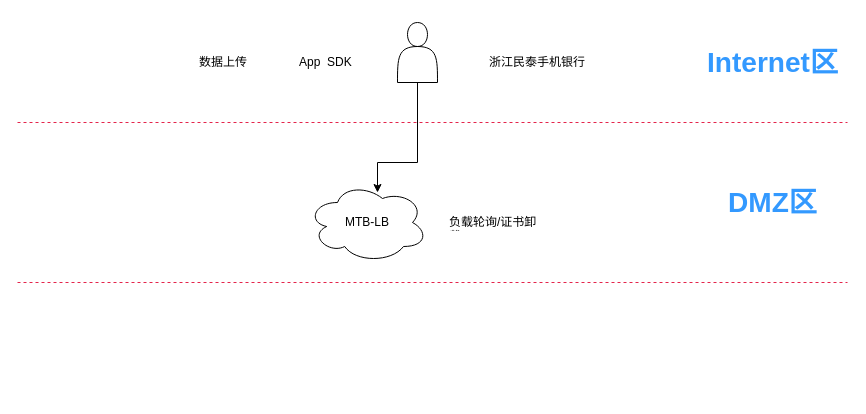
Before: 浙江民泰商业银行生产环境架构.drawio in zeng0550/free-programming-books, a draw.io diagram. Source tidied: cells renumbered, new cells numbered last; positions are measured from the earlier drawing's top-left corner, leaving out a move shared by most shapes. Both pictures are drawn from the tidied source at 100%, with x=0, y=0 at pixel (17, 22).
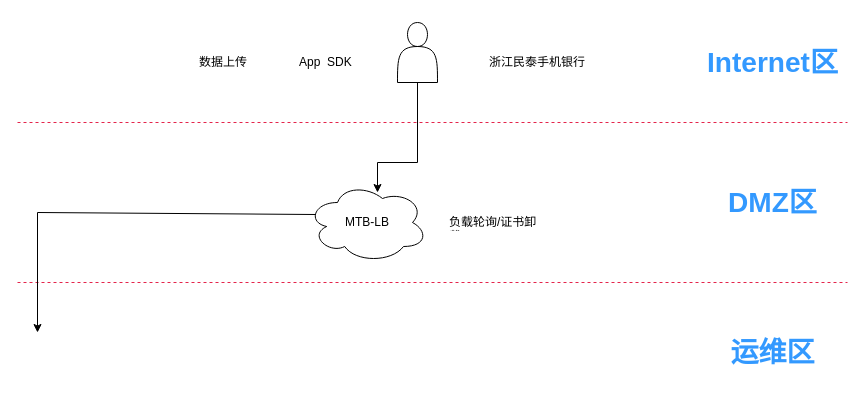
The same page after the edit.

Commit message:
更新浙江民泰商业银行生产环境架构.drawio

Unchanged cells that the change refers to:
```xml
<mxCell id="11" value="MTB-LB" style="ellipse;shape=cloud;whiteSpace=wrap;html=1;" parent="1" vertex="1">
  <mxGeometry x="290" y="160" width="120" height="80" as="geometry" />
</mxCell>
```

What changed in the source:
```diff
@@
+    <mxCell id="13" value="&lt;h3&gt;&lt;font color=&quot;#3399ff&quot;&gt;运维区&lt;/font&gt;&lt;/h3&gt;" style="text;strokeColor=none;fillColor=default;html=1;fontSize=24;fontStyle=1;verticalAlign=middle;align=center;" parent="1" vertex="1">
+      <mxGeometry x="690" y="310" width="130" height="40" as="geometry" />
+    </mxCell>
+    <mxCell id="14" style="endArrow=classic;html=1;rounded=0;exitX=0.07;exitY=0.4;exitDx=0;exitDy=0;exitPerimeter=0;" parent="1" edge="1" source="11">
+      <mxGeometry relative="1" as="geometry">
+        <mxPoint x="20" y="310" as="targetPoint" />
+        <Array as="points">
+          <mxPoint x="20" y="190" />
+        </Array>
+      </mxGeometry>
+    </mxCell>
```
